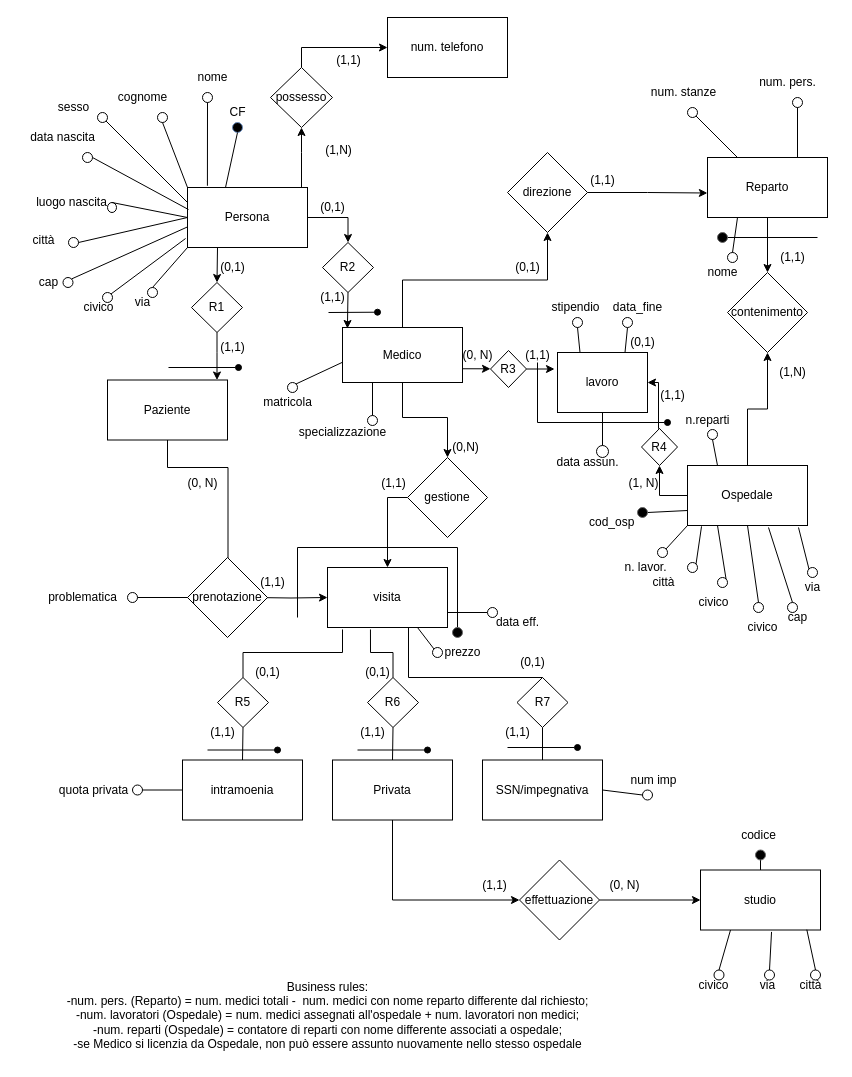
Above: SchemaER_ristrutturato_ProgettoBD.drawio in domyz21/DBMS (draw.io), before the change. Source tidied: cells renumbered, new cells numbered last; positions are measured from the earlier drawing's top-left corner, leaving out a move shared by most shapes. Both pictures are drawn from the tidied source at 100%, with x=0, y=0 at pixel (17, 17).
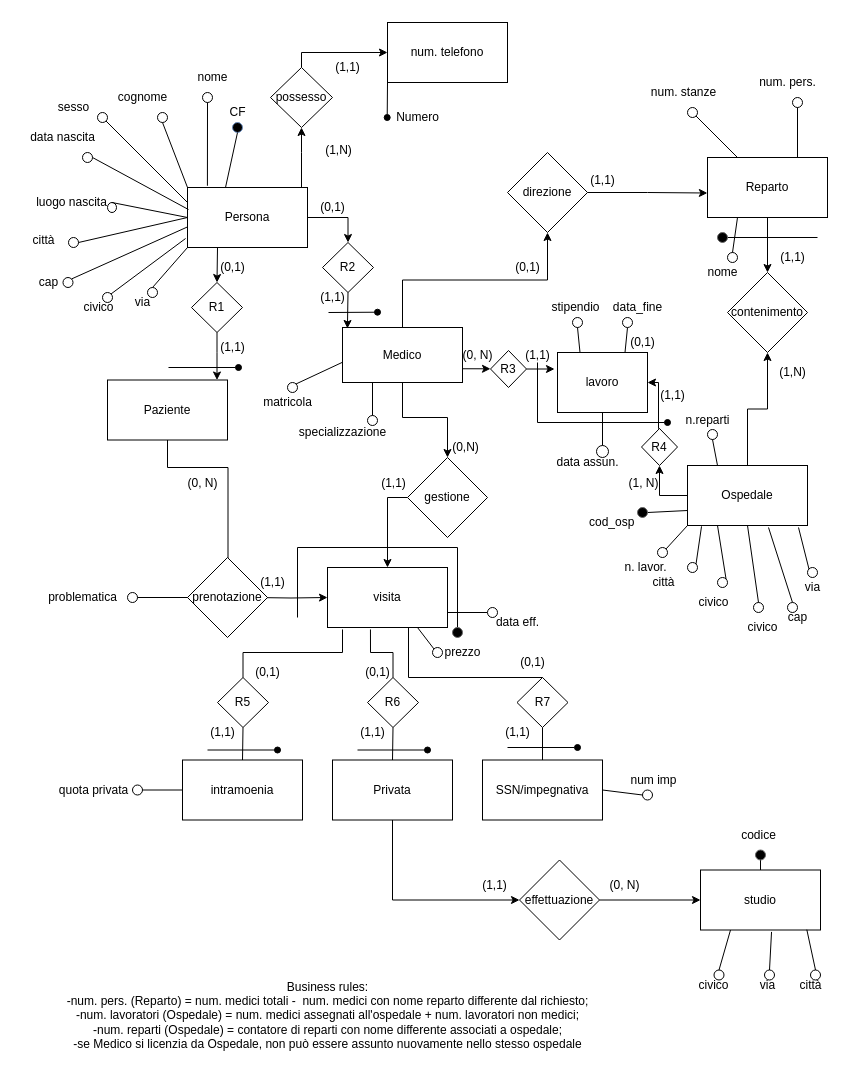
After the change.

Unchanged cells that the change refers to:
```xml
<mxCell id="153" value="possesso" style="rhombus;whiteSpace=wrap;html=1;" parent="1" vertex="1">
  <mxGeometry x="253" y="50" width="62" height="60" as="geometry" />
</mxCell>
```

The edit, as a diff of the source:
```diff
@@
+    <mxCell id="197" style="edgeStyle=orthogonalEdgeStyle;rounded=0;jettySize=auto;html=1;exitX=0;exitY=1;exitDx=0;exitDy=0;endArrow=oval;endFill=1;" parent="1" edge="1" source="151">
+      <mxGeometry relative="1" as="geometry">
+        <mxPoint x="369.7" y="100" as="targetPoint" />
+      </mxGeometry>
+    </mxCell>
     <mxCell id="151" value="num. telefono" style="rounded=0;whiteSpace=wrap;html=1;" parent="1" vertex="1">
-      <mxGeometry x="370" width="120" height="60" as="geometry" />
+      <mxGeometry x="370" y="5" width="120" height="60" as="geometry" />
     </mxCell>
     <mxCell id="152" style="edgeStyle=orthogonalEdgeStyle;rounded=0;jettySize=auto;html=1;exitX=0.5;exitY=0;exitDx=0;exitDy=0;entryX=0;entryY=0.5;entryDx=0;entryDy=0;" parent="1" edge="1" source="153" target="151">
-      <mxGeometry relative="1" as="geometry" />
+      <mxGeometry relative="1" as="geometry">
+        <Array as="points">
+          <mxPoint x="284" y="35" />
+        </Array>
+      </mxGeometry>
     </mxCell>
@@
     <mxCell id="155" value="(1,1)" style="text;html=1;align=center;verticalAlign=middle;strokeColor=none;fillColor=none;" parent="1" vertex="1">
-      <mxGeometry x="306" y="28" width="50" height="30" as="geometry" />
+      <mxGeometry x="305" y="35" width="50" height="30" as="geometry" />
     </mxCell>
@@
+    <mxCell id="198" value="Numero" style="text;html=1;align=center;verticalAlign=middle;strokeColor=none;fillColor=none;" parent="1" vertex="1">
+      <mxGeometry x="365" y="85" width="70" height="30" as="geometry" />
+    </mxCell>
```
